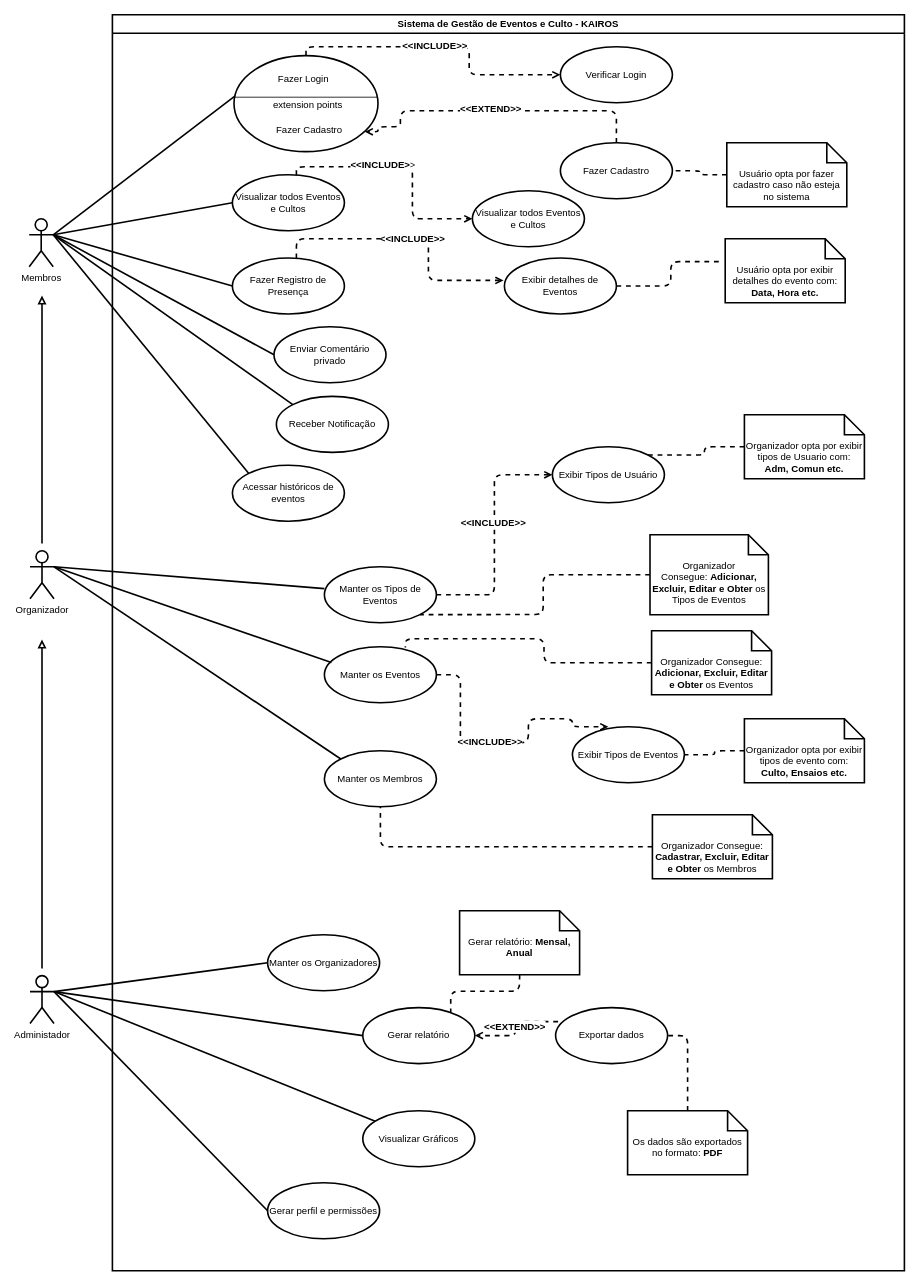
Before: doc/visual/diagram/Diagrama-Case-de-Uso.drawio in Adyllsxn/ChatalR, a draw.io diagram. Source tidied: cells renumbered, new cells numbered last; positions are measured from the earlier drawing's top-left corner, leaving out a move shared by most shapes. Both pictures are drawn from the tidied source at 80%, with x=0, y=0 at pixel (29, 14).
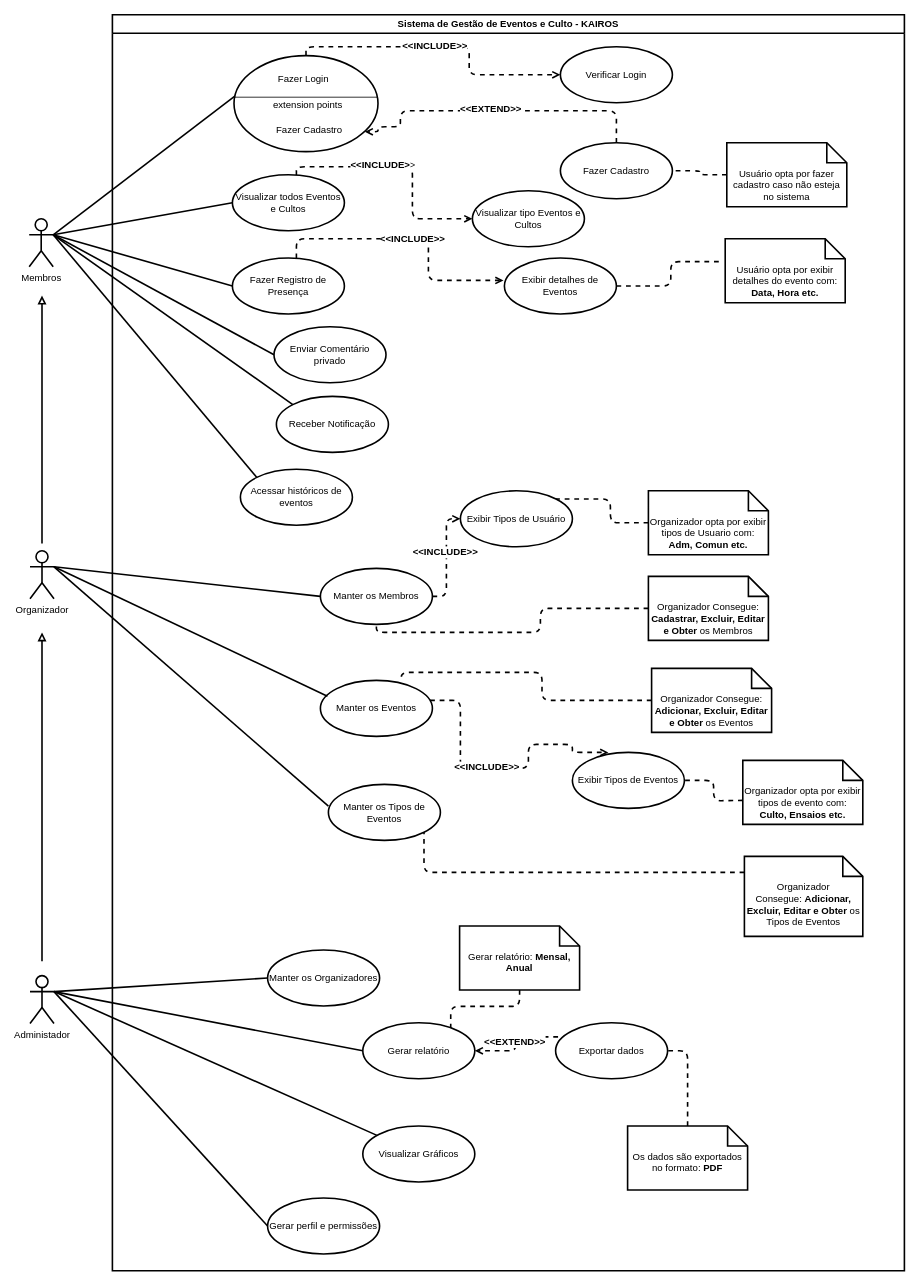
After the change.

Commit message (it also covers changes not shown here):
adicionando os projetos seguindo a arquitetura limpa

The change refers to these unchanged cells:
```xml
<mxCell id="2" value="Sistema de Gestão de Eventos e Culto - KAIROS" style="swimlane;whiteSpace=wrap;html=1;strokeWidth=2;" parent="1" vertex="1">
  <mxGeometry x="104" width="990" height="1570" as="geometry" />
</mxCell>
<mxCell id="68" value="Organizador" style="shape=umlActor;verticalLabelPosition=bottom;verticalAlign=top;html=1;outlineConnect=0;strokeWidth=2;" parent="1" vertex="1">
  <mxGeometry x="1" y="670" width="30" height="60" as="geometry" />
</mxCell>
```

Change to the diagram source:
```diff
@@
-    <mxCell id="8" value="Visualizar todos Eventos e Cultos" style="ellipse;whiteSpace=wrap;html=1;spacingLeft=0;spacingRight=0;strokeWidth=2;" parent="2" vertex="1">
+    <mxCell id="8" value="Visualizar tipo Eventos e Cultos" style="ellipse;whiteSpace=wrap;html=1;spacingLeft=0;spacingRight=0;strokeWidth=2;" parent="2" vertex="1">
       <mxGeometry x="450" y="220" width="140" height="70" as="geometry" />
     </mxCell>
@@
     <mxCell id="19" value="Acessar históricos de eventos" style="ellipse;whiteSpace=wrap;html=1;spacingLeft=0;spacingRight=0;strokeWidth=2;" parent="2" vertex="1">
-      <mxGeometry x="150" y="563" width="140" height="70" as="geometry" />
+      <mxGeometry x="160" y="568" width="140" height="70" as="geometry" />
     </mxCell>
-    <mxCell id="20" style="edgeStyle=orthogonalEdgeStyle;html=1;entryX=0;entryY=0.5;entryDx=0;entryDy=0;strokeWidth=2;dashed=1;endArrow=open;endFill=0;" parent="2" edge="1" source="22" target="36">
+    <mxCell id="20" style="edgeStyle=orthogonalEdgeStyle;html=1;entryX=0;entryY=0.5;entryDx=0;entryDy=0;strokeWidth=2;dashed=1;endArrow=open;endFill=0;exitX=1;exitY=0.5;exitDx=0;exitDy=0;" parent="2" edge="1" source="31" target="36">
       <mxGeometry relative="1" as="geometry" />
     </mxCell>
@@
     <mxCell id="22" value="Manter os Tipos de Eventos" style="ellipse;whiteSpace=wrap;html=1;spacingLeft=0;spacingRight=0;strokeWidth=2;" parent="2" vertex="1">
-      <mxGeometry x="265" y="690" width="140" height="70" as="geometry" />
+      <mxGeometry x="270" y="962" width="140" height="70" as="geometry" />
     </mxCell>
     <mxCell id="23" style="edgeStyle=orthogonalEdgeStyle;html=1;entryX=0.321;entryY=0;entryDx=0;entryDy=0;strokeWidth=2;dashed=1;endArrow=open;endFill=0;entryPerimeter=0;" parent="2" edge="1" source="25" target="26">
       <mxGeometry relative="1" as="geometry">
         <Array as="points">
-          <mxPoint x="435" y="825" />
-          <mxPoint x="435" y="910" />
-          <mxPoint x="520" y="910" />
-          <mxPoint x="520" y="880" />
-          <mxPoint x="575" y="880" />
-          <mxPoint x="575" y="890" />
+          <mxPoint x="435" y="857" />
+          <mxPoint x="435" y="942" />
+          <mxPoint x="520" y="942" />
+          <mxPoint x="520" y="912" />
+          <mxPoint x="575" y="912" />
+          <mxPoint x="575" y="922" />
         </Array>
       </mxGeometry>
     </mxCell>
@@
     <mxCell id="25" value="Manter os Eventos" style="ellipse;whiteSpace=wrap;html=1;spacingLeft=0;spacingRight=0;strokeWidth=2;" parent="2" vertex="1">
-      <mxGeometry x="265" y="790" width="140" height="70" as="geometry" />
+      <mxGeometry x="260" y="832" width="140" height="70" as="geometry" />
     </mxCell>
     <mxCell id="26" value="Exibir Tipos de Eventos" style="ellipse;whiteSpace=wrap;html=1;spacingLeft=0;spacingRight=0;strokeWidth=2;" parent="2" vertex="1">
-      <mxGeometry x="575" y="890" width="140" height="70" as="geometry" />
+      <mxGeometry x="575" y="922" width="140" height="70" as="geometry" />
     </mxCell>
-    <mxCell id="27" style="edgeStyle=orthogonalEdgeStyle;html=1;entryX=1;entryY=1;entryDx=0;entryDy=0;strokeWidth=2;dashed=1;endArrow=none;endFill=0;" parent="2" edge="1" source="28" target="22">
-      <mxGeometry relative="1" as="geometry" />
+    <mxCell id="27" style="edgeStyle=orthogonalEdgeStyle;html=1;entryX=1;entryY=1;entryDx=0;entryDy=0;strokeWidth=2;dashed=1;endArrow=none;endFill=0;" parent="2" edge="1" target="22">
+      <mxGeometry relative="1" as="geometry">
+        <mxPoint x="790" y="1072" as="sourcePoint" />
+        <Array as="points">
+          <mxPoint x="390" y="1072" />
+        </Array>
+      </mxGeometry>
     </mxCell>
     <mxCell id="28" value="&lt;span style=&quot;color: rgb(0, 0, 0);&quot;&gt;Organizador Consegue:&amp;nbsp;&lt;/span&gt;&lt;b&gt;Adicionar, Excluir, Editar e Obter&amp;nbsp;&lt;/b&gt;&lt;span style=&quot;color: rgb(0, 0, 0);&quot;&gt;os Tipos de Eventos&lt;/span&gt;" style="shape=note2;boundedLbl=1;whiteSpace=wrap;html=1;size=25;verticalAlign=top;align=center;strokeWidth=2;" parent="2" vertex="1">
-      <mxGeometry x="672" y="650" width="148" height="100" as="geometry" />
+      <mxGeometry x="790" y="1052" width="148" height="100" as="geometry" />
     </mxCell>
     <mxCell id="29" value="Organizador Consegue: &lt;b&gt;Adicionar, Excluir, Editar e Obter &lt;/b&gt;os Eventos" style="shape=note2;boundedLbl=1;whiteSpace=wrap;html=1;size=25;verticalAlign=top;align=center;strokeWidth=2;" parent="2" vertex="1">
-      <mxGeometry x="674" y="770" width="150" height="80" as="geometry" />
+      <mxGeometry x="674" y="817" width="150" height="80" as="geometry" />
     </mxCell>
@@
     <mxCell id="31" value="Manter os Membros" style="ellipse;whiteSpace=wrap;html=1;spacingLeft=0;spacingRight=0;strokeWidth=2;" parent="2" vertex="1">
-      <mxGeometry x="265" y="920" width="140" height="70" as="geometry" />
+      <mxGeometry x="260" y="692" width="140" height="70" as="geometry" />
     </mxCell>
@@
     <mxCell id="33" value="Organizador Consegue: &lt;b&gt;Cadastrar, Excluir, Editar e Obter &lt;/b&gt;os Membros" style="shape=note2;boundedLbl=1;whiteSpace=wrap;html=1;size=25;verticalAlign=top;align=center;strokeWidth=2;" parent="2" vertex="1">
-      <mxGeometry x="675" y="1000" width="150" height="80" as="geometry" />
+      <mxGeometry x="670" y="702" width="150" height="80" as="geometry" />
     </mxCell>
-    <mxCell id="34" style="html=1;entryX=1;entryY=0.5;entryDx=0;entryDy=0;endArrow=none;endFill=0;dashed=1;edgeStyle=orthogonalEdgeStyle;strokeWidth=2;" parent="2" edge="1" source="35" target="26">
-      <mxGeometry relative="1" as="geometry" />
+    <mxCell id="34" style="html=1;entryX=1;entryY=0.5;entryDx=0;entryDy=0;endArrow=none;endFill=0;dashed=1;edgeStyle=orthogonalEdgeStyle;strokeWidth=2;" parent="2" edge="1" target="26">
+      <mxGeometry relative="1" as="geometry">
+        <mxPoint x="788" y="982" as="sourcePoint" />
+      </mxGeometry>
     </mxCell>
     <mxCell id="35" value="&lt;span style=&quot;color: rgb(0, 0, 0);&quot;&gt;Organizador opta por exibir tipos de evento com: &lt;b&gt;Culto, Ensaios&lt;/b&gt;&lt;/span&gt;&lt;b&gt;&amp;nbsp;etc.&lt;/b&gt;" style="shape=note2;boundedLbl=1;whiteSpace=wrap;html=1;size=25;verticalAlign=top;align=center;strokeWidth=2;" parent="2" vertex="1">
-      <mxGeometry x="790" y="880" width="150" height="80" as="geometry" />
+      <mxGeometry x="788" y="932" width="150" height="80" as="geometry" />
     </mxCell>
     <mxCell id="36" value="Exibir Tipos de Usuário" style="ellipse;whiteSpace=wrap;html=1;spacingLeft=0;spacingRight=0;strokeWidth=2;" parent="2" vertex="1">
-      <mxGeometry x="550" y="540" width="140" height="70" as="geometry" />
+      <mxGeometry x="435" y="595" width="140" height="70" as="geometry" />
     </mxCell>
     <mxCell id="37" value="&lt;span style=&quot;color: rgb(0, 0, 0);&quot;&gt;Organizador opta por exibir tipos de Usuario com: &lt;b&gt;Adm, Comun&lt;/b&gt;&lt;/span&gt;&lt;b&gt;&amp;nbsp;etc.&lt;/b&gt;" style="shape=note2;boundedLbl=1;whiteSpace=wrap;html=1;size=25;verticalAlign=top;align=center;strokeWidth=2;" parent="2" vertex="1">
-      <mxGeometry x="790" y="500" width="150" height="80" as="geometry" />
+      <mxGeometry x="670" y="595" width="150" height="80" as="geometry" />
     </mxCell>
@@
     <mxCell id="39" value="Manter os Organizadores" style="ellipse;whiteSpace=wrap;html=1;spacingLeft=0;spacingRight=0;strokeWidth=2;" parent="2" vertex="1">
-      <mxGeometry x="194" y="1150" width="140" height="70" as="geometry" />
+      <mxGeometry x="194" y="1169" width="140" height="70" as="geometry" />
     </mxCell>
     <mxCell id="40" value="Gerar perfil e permissões" style="ellipse;whiteSpace=wrap;html=1;spacingLeft=0;spacingRight=0;strokeWidth=2;" parent="2" vertex="1">
-      <mxGeometry x="194" y="1460" width="140" height="70" as="geometry" />
+      <mxGeometry x="194" y="1479" width="140" height="70" as="geometry" />
     </mxCell>
     <mxCell id="41" value="Gerar relatório" style="ellipse;whiteSpace=wrap;html=1;spacingLeft=0;spacingRight=0;strokeWidth=2;" parent="2" vertex="1">
-      <mxGeometry x="313" y="1241" width="140" height="70" as="geometry" />
+      <mxGeometry x="313" y="1260" width="140" height="70" as="geometry" />
     </mxCell>
     <mxCell id="42" value="Visualizar Gráficos" style="ellipse;whiteSpace=wrap;html=1;spacingLeft=0;spacingRight=0;strokeWidth=2;" parent="2" vertex="1">
-      <mxGeometry x="313" y="1370" width="140" height="70" as="geometry" />
+      <mxGeometry x="313" y="1389" width="140" height="70" as="geometry" />
     </mxCell>
@@
     <mxCell id="45" value="Exportar dados" style="ellipse;whiteSpace=wrap;html=1;spacingLeft=0;spacingRight=0;strokeWidth=2;" parent="2" vertex="1">
-      <mxGeometry x="554" y="1241" width="140" height="70" as="geometry" />
+      <mxGeometry x="554" y="1260" width="140" height="70" as="geometry" />
     </mxCell>
     <mxCell id="46" value="Gerar relatório: &lt;b&gt;Mensal, Anual&lt;/b&gt;" style="shape=note2;boundedLbl=1;whiteSpace=wrap;html=1;size=25;verticalAlign=top;align=center;strokeWidth=2;" parent="2" vertex="1">
-      <mxGeometry x="434" y="1120" width="150" height="80" as="geometry" />
+      <mxGeometry x="434" y="1139" width="150" height="80" as="geometry" />
     </mxCell>
@@
     <mxCell id="49" value="Os dados são exportados no formato: &lt;b&gt;PDF&lt;/b&gt;" style="shape=note2;boundedLbl=1;whiteSpace=wrap;html=1;size=25;verticalAlign=top;align=center;strokeWidth=2;" parent="2" vertex="1">
-      <mxGeometry x="644" y="1370" width="150" height="80" as="geometry" />
+      <mxGeometry x="644" y="1389" width="150" height="80" as="geometry" />
     </mxCell>
@@
-    <mxCell id="67" style="edgeStyle=none;html=1;entryX=0;entryY=0;entryDx=0;entryDy=0;endArrow=none;endFill=0;strokeWidth=2;exitX=1;exitY=0.3333333333333333;exitDx=0;exitDy=0;exitPerimeter=0;" parent="1" edge="1" source="68" target="31">
+    <mxCell id="67" style="edgeStyle=none;html=1;entryX=0;entryY=0.5;entryDx=0;entryDy=0;endArrow=none;endFill=0;strokeWidth=2;exitX=1;exitY=0.3333333333333333;exitDx=0;exitDy=0;exitPerimeter=0;" parent="1" edge="1" source="68" target="31">
       <mxGeometry relative="1" as="geometry" />
     </mxCell>
@@
     <mxCell id="71" style="edgeStyle=none;html=1;endArrow=block;endFill=0;strokeWidth=2;" parent="1" edge="1">
       <mxGeometry relative="1" as="geometry">
-        <mxPoint x="16" y="1192" as="sourcePoint" />
-        <mxPoint x="16" y="781" as="targetPoint" />
+        <mxPoint x="16" y="1183" as="sourcePoint" />
+        <mxPoint x="16" y="772" as="targetPoint" />
       </mxGeometry>
     </mxCell>
```
